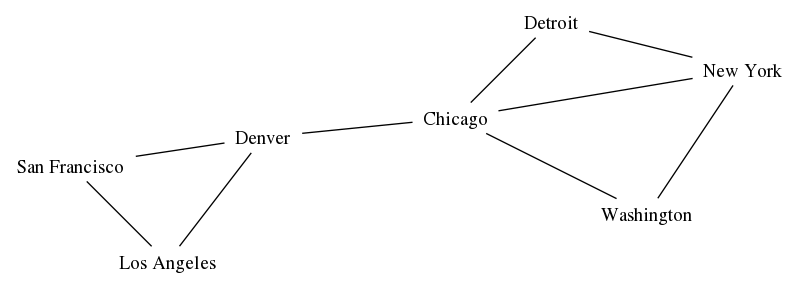
Earlier version of the Graphviz export trang536/hinh1.png (vietlq/graph-tuts). Its source is kept beside it as trang536/hinh1.dot.
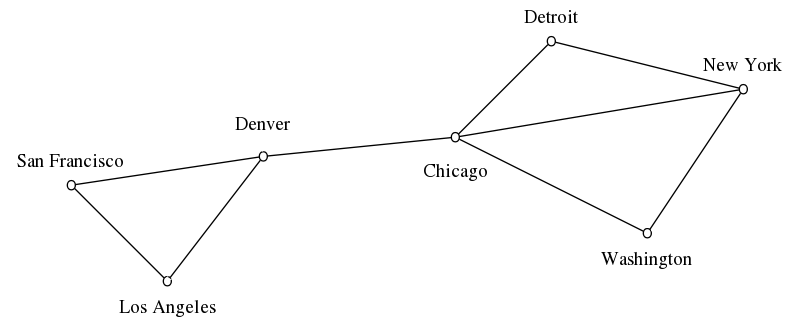
The same diagram one commit later.

The edit, as a diff of the source:
```diff
@@ -2,27 +2,36 @@
 /* Hinh 1 */
 
 graph G {
-    node [shape=plaintext,width=.3,height=.3,fixedsize=false];
+    node [shape=plaintext,width=.1,height=.1,fixedsize=false,fillcolor="black"];
+    "San Francisco" [pos="0,.2!", labelloc="t"];
+    "Los Angeles" [pos="1,-1.2!", labelloc="b"];
+    "Denver" [pos="2,0.7!", labelloc="b"];
+    "Chicago" [pos="4,0.1!", labelloc="t"];
+    "Detroit" [pos="5,1.7!", labelloc="t"];
+    "Washington" [pos="6,-.7!", labelloc="b"];
+    "New York" [pos="7,1.2!", labelloc="t"];
 
-    "San Francisco" [pos="0,0!"];
-    "Los Angeles" [pos="1,-1!"];
-    "Denver" [pos="2,0.3!"];
-    "Chicago" [pos="4,0.5!"];
-    "Detroit" [pos="5,1.5!"];
-    "Washington" [pos="6,-.5!"];
-    "New York" [pos="7,1!"];
+    node [shape=circle,width=.1,height=.1,fixedsize=true,fillcolor="black"];
 
-    "San Francisco" -- "Los Angeles";
-    "San Francisco" -- "Denver";
+    "San Francisco__" [pos="0,0!", labelloc="t", fontcolor="white"];
+    "Los Angeles__" [pos="1,-1!", labelloc="b", fontcolor="white"];
+    "Denver__" [pos="2,0.3!", labelloc="b", fontcolor="white"];
+    "Chicago__" [pos="4,0.5!", labelloc="t", fontcolor="white"];
+    "Detroit__" [pos="5,1.5!", labelloc="t", fontcolor="white"];
+    "Washington__" [pos="6,-.5!", labelloc="b", fontcolor="white"];
+    "New York__" [pos="7,1!", labelloc="t", fontcolor="white"];
 
-    "Los Angeles" -- "Denver";
+    "San Francisco__" -- "Los Angeles__";
+    "San Francisco__" -- "Denver__";
 
-    "Denver" -- "Chicago";
+    "Los Angeles__" -- "Denver__";
 
-    "Chicago" -- "Detroit";
-    "Chicago" -- "New York";
-    "Chicago" -- "Washington";
+    "Denver__" -- "Chicago__";
 
-    "New York" -- "Detroit";
-    "New York" -- "Washington";
+    "Chicago__" -- "Detroit__";
+    "Chicago__" -- "New York__";
+    "Chicago__" -- "Washington__";
+
+    "New York__" -- "Detroit__";
+    "New York__" -- "Washington__";
 }
```
